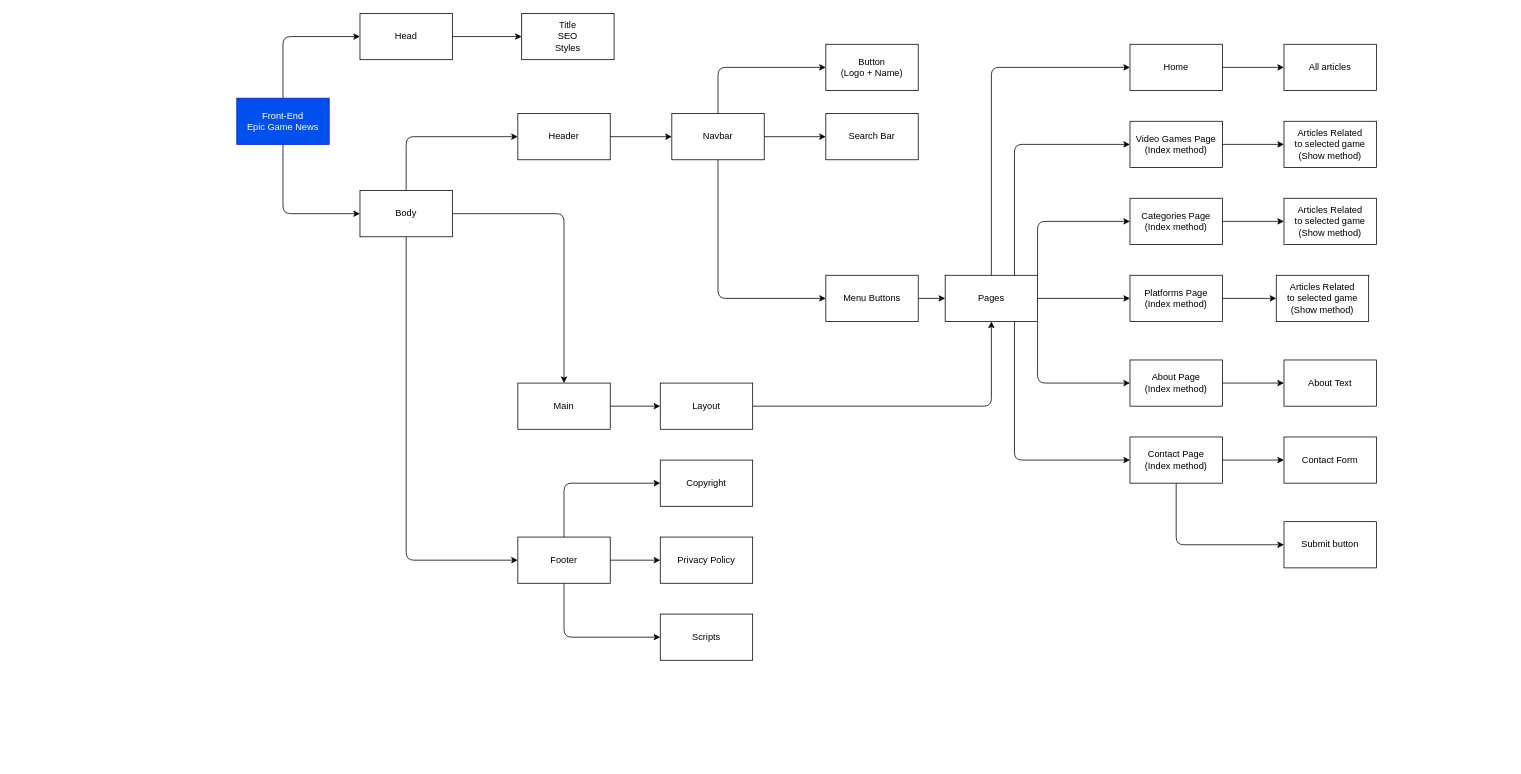
Before: epic-game-news.drawio in laurentiucozma12/epic-game-news-reactjs, a draw.io diagram. Source tidied: cells renumbered, new cells numbered last; positions are measured from the earlier drawing's top-left corner, leaving out a move shared by most shapes. Both pictures are drawn from the tidied source at 77%, with x=0, y=0 at pixel (236, 13).
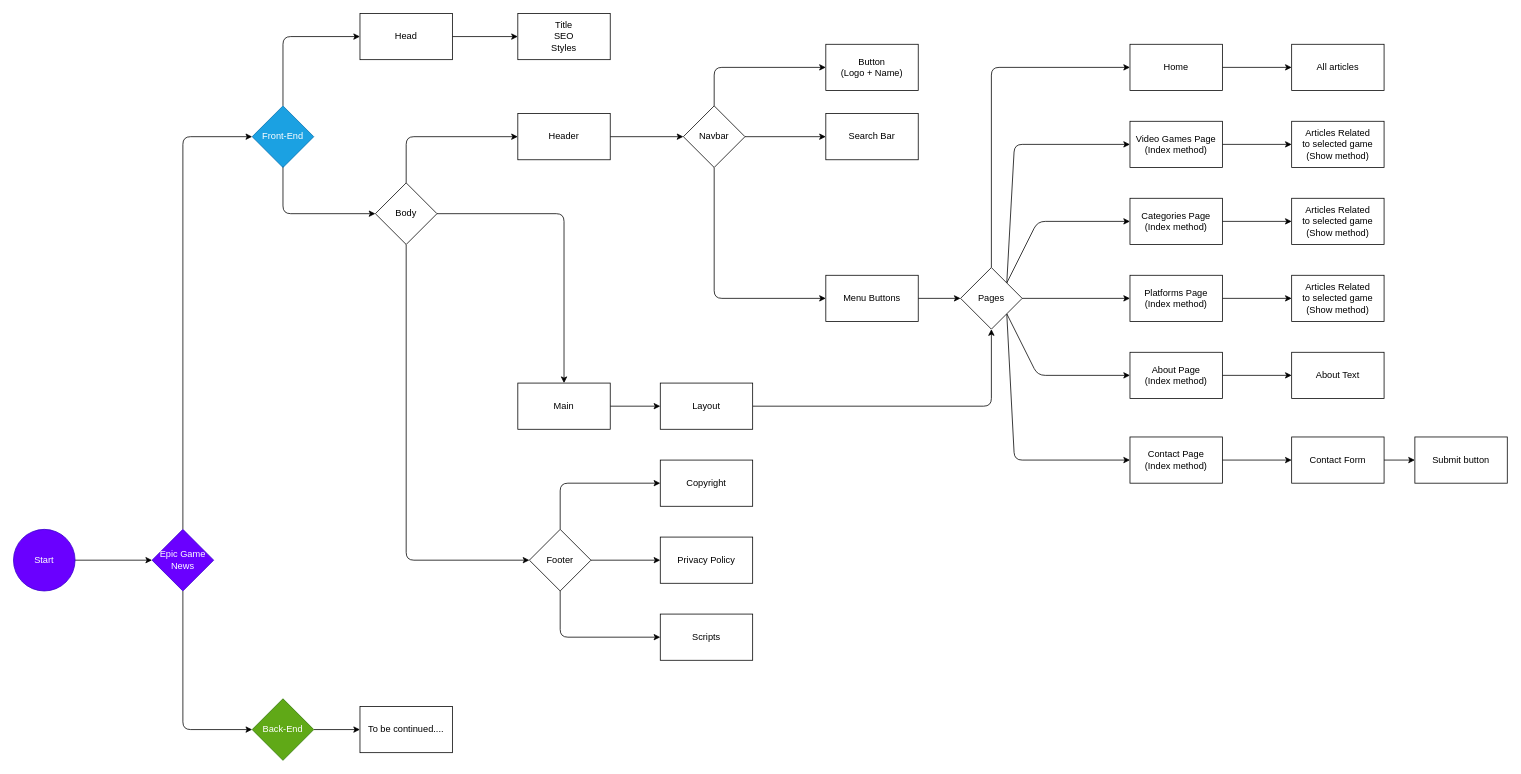
The same diagram, later.

The change refers to these unchanged cells:
```xml
<mxCell id="6" value="Head" style="whiteSpace=wrap;html=1;rounded=0;" parent="1" vertex="1">
  <mxGeometry x="160" width="120" height="60" as="geometry" />
</mxCell>
<mxCell id="24" value="Button&lt;br&gt;(Logo + Name)" style="whiteSpace=wrap;html=1;rounded=0;" parent="1" vertex="1">
  <mxGeometry x="765" y="40" width="120" height="60" as="geometry" />
</mxCell>
<mxCell id="33" value="Menu Buttons" style="whiteSpace=wrap;html=1;rounded=0;" parent="1" vertex="1">
  <mxGeometry x="765" y="340" width="120" height="60" as="geometry" />
</mxCell>
<mxCell id="35" value="Video Games Page&lt;br&gt;(Index method)" style="whiteSpace=wrap;html=1;rounded=0;" parent="1" vertex="1">
  <mxGeometry x="1160" y="140" width="120" height="60" as="geometry" />
</mxCell>
<mxCell id="37" value="Home" style="whiteSpace=wrap;html=1;rounded=0;" parent="1" vertex="1">
  <mxGeometry x="1160" y="40" width="120" height="60" as="geometry" />
</mxCell>
<mxCell id="46" value="Contact&amp;nbsp;Page&lt;br&gt;(Index method)" style="whiteSpace=wrap;html=1;rounded=0;" parent="1" vertex="1">
  <mxGeometry x="1160" y="550" width="120" height="60" as="geometry" />
</mxCell>
<mxCell id="52" value="Layout" style="whiteSpace=wrap;html=1;rounded=0;" parent="1" vertex="1">
  <mxGeometry x="550" y="480" width="120" height="60" as="geometry" />
</mxCell>
<mxCell id="53" value="Scripts" style="whiteSpace=wrap;html=1;rounded=0;" parent="1" vertex="1">
  <mxGeometry x="550" y="780" width="120" height="60" as="geometry" />
</mxCell>
<mxCell id="54" value="Copyright" style="whiteSpace=wrap;html=1;rounded=0;" parent="1" vertex="1">
  <mxGeometry x="550" y="580" width="120" height="60" as="geometry" />
</mxCell>
```

Change to the diagram source:
```diff
@@
-    <mxCell id="2" style="edgeStyle=none;html=1;" parent="1" edge="1" source="4" target="6">
+    <mxCell id="2" style="edgeStyle=none;html=1;exitX=0.5;exitY=0;exitDx=0;exitDy=0;" parent="1" edge="1" source="62">
       <mxGeometry relative="1" as="geometry">
+        <mxPoint x="160" y="30" as="targetPoint" />
         <Array as="points">
           <mxPoint x="60" y="30" />
         </Array>
       </mxGeometry>
     </mxCell>
-    <mxCell id="3" style="edgeStyle=none;html=1;" parent="1" edge="1" source="4" target="10">
+    <mxCell id="3" style="edgeStyle=none;html=1;" parent="1" edge="1" target="10">
       <mxGeometry relative="1" as="geometry">
+        <mxPoint x="60" y="160" as="sourcePoint" />
         <Array as="points">
           <mxPoint x="60" y="260" />
         </Array>
       </mxGeometry>
     </mxCell>
-    <mxCell id="4" value="Front-End&lt;br&gt;Epic Game News" style="rounded=0;whiteSpace=wrap;html=1;fillColor=#0050ef;fontColor=#ffffff;strokeColor=#001DBC;" parent="1" vertex="1">
-      <mxGeometry y="110" width="120" height="60" as="geometry" />
-    </mxCell>
+    <mxCell id="60" style="edgeStyle=none;html=1;exitX=0.5;exitY=1;exitDx=0;exitDy=0;entryX=0.5;entryY=1;entryDx=0;entryDy=0;" parent="1" edge="1" target="62">
+      <mxGeometry relative="1" as="geometry">
+        <mxPoint x="60" y="160" as="sourcePoint" />
+      </mxGeometry>
+    </mxCell>
@@
-    <mxCell id="10" value="Body" style="whiteSpace=wrap;html=1;rounded=0;" parent="1" vertex="1">
-      <mxGeometry x="160" y="230" width="120" height="60" as="geometry" />
+    <mxCell id="10" value="Body" style="rhombus;whiteSpace=wrap;html=1;fontFamily=Helvetica;fontSize=12;fontColor=default;align=center;strokeColor=default;fillColor=default;" parent="1" vertex="1">
+      <mxGeometry x="180" y="220" width="80" height="80" as="geometry" />
     </mxCell>
     <mxCell id="11" value="Title&lt;br&gt;SEO&lt;br&gt;Styles" style="whiteSpace=wrap;html=1;rounded=0;" parent="1" vertex="1">
-      <mxGeometry x="370" width="120" height="60" as="geometry" />
+      <mxGeometry x="365" width="120" height="60" as="geometry" />
     </mxCell>
@@
     <mxCell id="16" style="edgeStyle=none;html=1;" parent="1" edge="1" source="19" target="53">
       <mxGeometry relative="1" as="geometry">
         <Array as="points">
-          <mxPoint x="425" y="810" />
+          <mxPoint x="420" y="810" />
         </Array>
       </mxGeometry>
     </mxCell>
     <mxCell id="17" style="edgeStyle=none;html=1;" parent="1" edge="1" source="19" target="54">
       <mxGeometry relative="1" as="geometry">
         <Array as="points">
-          <mxPoint x="425" y="610" />
+          <mxPoint x="420" y="610" />
         </Array>
       </mxGeometry>
     </mxCell>
@@
-    <mxCell id="19" value="Footer" style="whiteSpace=wrap;html=1;rounded=0;" parent="1" vertex="1">
-      <mxGeometry x="365" y="680" width="120" height="60" as="geometry" />
+    <mxCell id="19" value="Footer" style="rhombus;whiteSpace=wrap;html=1;fontFamily=Helvetica;fontSize=12;fontColor=default;align=center;strokeColor=default;fillColor=default;" parent="1" vertex="1">
+      <mxGeometry x="380" y="670" width="80" height="80" as="geometry" />
     </mxCell>
     <mxCell id="20" style="edgeStyle=none;html=1;" parent="1" edge="1" source="23" target="24">
       <mxGeometry relative="1" as="geometry">
         <Array as="points">
-          <mxPoint x="625" y="70" />
+          <mxPoint x="620" y="70" />
         </Array>
       </mxGeometry>
     </mxCell>
@@
     <mxCell id="22" style="edgeStyle=none;html=1;entryX=0;entryY=0.5;entryDx=0;entryDy=0;" parent="1" edge="1" source="23" target="33">
       <mxGeometry relative="1" as="geometry">
         <Array as="points">
-          <mxPoint x="625" y="370" />
+          <mxPoint x="620" y="370" />
         </Array>
       </mxGeometry>
     </mxCell>
-    <mxCell id="23" value="Navbar" style="whiteSpace=wrap;html=1;rounded=0;" parent="1" vertex="1">
-      <mxGeometry x="565" y="130" width="120" height="60" as="geometry" />
+    <mxCell id="23" value="Navbar" style="rhombus;whiteSpace=wrap;html=1;fontFamily=Helvetica;fontSize=12;fontColor=default;align=center;strokeColor=default;fillColor=default;" parent="1" vertex="1">
+      <mxGeometry x="580" y="120" width="80" height="80" as="geometry" />
     </mxCell>
@@
-    <mxCell id="26" style="edgeStyle=none;html=1;entryX=0;entryY=0.5;entryDx=0;entryDy=0;exitX=0.75;exitY=0;exitDx=0;exitDy=0;" parent="1" edge="1" source="56" target="35">
+    <mxCell id="26" style="edgeStyle=none;html=1;entryX=0;entryY=0.5;entryDx=0;entryDy=0;exitX=1;exitY=0;exitDx=0;exitDy=0;" parent="1" edge="1" source="56" target="35">
       <mxGeometry relative="1" as="geometry">
         <Array as="points">
           <mxPoint x="1010" y="170" />
         </Array>
       </mxGeometry>
     </mxCell>
-    <mxCell id="27" style="edgeStyle=none;html=1;entryX=0;entryY=0.5;entryDx=0;entryDy=0;" parent="1" edge="1" source="56" target="37">
+    <mxCell id="27" style="edgeStyle=none;html=1;entryX=0;entryY=0.5;entryDx=0;entryDy=0;exitX=0.5;exitY=0;exitDx=0;exitDy=0;" parent="1" edge="1" source="56" target="37">
       <mxGeometry relative="1" as="geometry">
         <Array as="points">
           <mxPoint x="980" y="70" />
         </Array>
       </mxGeometry>
     </mxCell>
@@
     <mxCell id="30" style="edgeStyle=none;html=1;entryX=0;entryY=0.5;entryDx=0;entryDy=0;exitX=1;exitY=1;exitDx=0;exitDy=0;" parent="1" edge="1" source="56" target="43">
       <mxGeometry relative="1" as="geometry">
         <Array as="points">
-          <mxPoint x="1040" y="480" />
+          <mxPoint x="1040" y="470" />
         </Array>
       </mxGeometry>
     </mxCell>
-    <mxCell id="31" style="edgeStyle=none;html=1;entryX=0;entryY=0.5;entryDx=0;entryDy=0;exitX=0.75;exitY=1;exitDx=0;exitDy=0;" parent="1" edge="1" source="56" target="46">
+    <mxCell id="31" style="edgeStyle=none;html=1;entryX=0;entryY=0.5;entryDx=0;entryDy=0;exitX=1;exitY=1;exitDx=0;exitDy=0;" parent="1" edge="1" source="56" target="46">
       <mxGeometry relative="1" as="geometry">
         <Array as="points">
           <mxPoint x="1010" y="580" />
         </Array>
       </mxGeometry>
     </mxCell>
-    <mxCell id="32" style="edgeStyle=none;html=1;" parent="1" edge="1" source="33" target="56">
+    <mxCell id="32" style="edgeStyle=none;html=1;entryX=0;entryY=0.5;entryDx=0;entryDy=0;" parent="1" edge="1" source="33" target="56">
       <mxGeometry relative="1" as="geometry" />
     </mxCell>
@@
     <mxCell id="43" value="About&amp;nbsp;Page&lt;br&gt;(Index method)" style="whiteSpace=wrap;html=1;rounded=0;" parent="1" vertex="1">
-      <mxGeometry x="1160" y="450" width="120" height="60" as="geometry" />
+      <mxGeometry x="1160" y="440" width="120" height="60" as="geometry" />
     </mxCell>
@@
-    <mxCell id="45" style="edgeStyle=none;html=1;entryX=0;entryY=0.5;entryDx=0;entryDy=0;" parent="1" edge="1" source="46" target="48">
-      <mxGeometry relative="1" as="geometry">
-        <Array as="points">
-          <mxPoint x="1220" y="690" />
-        </Array>
-      </mxGeometry>
-    </mxCell>
@@
+    <mxCell id="61" style="edgeStyle=none;html=1;" parent="1" edge="1" source="47" target="48">
+      <mxGeometry relative="1" as="geometry" />
+    </mxCell>
     <mxCell id="47" value="Contact Form" style="whiteSpace=wrap;html=1;rounded=0;" parent="1" vertex="1">
-      <mxGeometry x="1360" y="550" width="120" height="60" as="geometry" />
+      <mxGeometry x="1370" y="550" width="120" height="60" as="geometry" />
     </mxCell>
     <mxCell id="48" value="Submit button" style="whiteSpace=wrap;html=1;rounded=0;" parent="1" vertex="1">
-      <mxGeometry x="1360" y="660" width="120" height="60" as="geometry" />
+      <mxGeometry x="1530" y="550" width="120" height="60" as="geometry" />
     </mxCell>
     <mxCell id="49" value="Articles Related&lt;br&gt;to selected game&lt;br&gt;(Show method)" style="whiteSpace=wrap;html=1;rounded=0;" parent="1" vertex="1">
-      <mxGeometry x="1360" y="140" width="120" height="60" as="geometry" />
+      <mxGeometry x="1370" y="140" width="120" height="60" as="geometry" />
     </mxCell>
     <mxCell id="50" value="All articles" style="whiteSpace=wrap;html=1;rounded=0;" parent="1" vertex="1">
-      <mxGeometry x="1360" y="40" width="120" height="60" as="geometry" />
+      <mxGeometry x="1370" y="40" width="120" height="60" as="geometry" />
     </mxCell>
-    <mxCell id="51" style="edgeStyle=none;html=1;" parent="1" edge="1" source="52" target="56">
+    <mxCell id="51" style="edgeStyle=none;html=1;entryX=0.5;entryY=1;entryDx=0;entryDy=0;" parent="1" edge="1" source="52" target="56">
       <mxGeometry relative="1" as="geometry">
         <Array as="points">
           <mxPoint x="980" y="510" />
         </Array>
       </mxGeometry>
     </mxCell>
@@
-    <mxCell id="56" value="Pages" style="whiteSpace=wrap;html=1;rounded=0;" parent="1" vertex="1">
-      <mxGeometry x="920" y="340" width="120" height="60" as="geometry" />
-    </mxCell>
     <mxCell id="57" value="Articles Related&lt;br&gt;to selected game&lt;br&gt;(Show method)" style="whiteSpace=wrap;html=1;rounded=0;" parent="1" vertex="1">
-      <mxGeometry x="1360" y="240" width="120" height="60" as="geometry" />
+      <mxGeometry x="1370" y="240" width="120" height="60" as="geometry" />
     </mxCell>
     <mxCell id="58" value="Articles Related&lt;br&gt;to selected game&lt;br&gt;(Show method)" style="whiteSpace=wrap;html=1;rounded=0;" parent="1" vertex="1">
-      <mxGeometry x="1350" y="340" width="120" height="60" as="geometry" />
+      <mxGeometry x="1370" y="340" width="120" height="60" as="geometry" />
     </mxCell>
     <mxCell id="59" value="About Text" style="whiteSpace=wrap;html=1;rounded=0;" parent="1" vertex="1">
-      <mxGeometry x="1360" y="450" width="120" height="60" as="geometry" />
+      <mxGeometry x="1370" y="440" width="120" height="60" as="geometry" />
     </mxCell>
+    <mxCell id="62" value="&lt;span style=&quot;color: rgb(255, 255, 255);&quot;&gt;Front-End&lt;/span&gt;" style="rhombus;whiteSpace=wrap;html=1;fontFamily=Helvetica;fontSize=12;fontColor=#ffffff;align=center;strokeColor=#006EAF;fillColor=#1ba1e2;" parent="1" vertex="1">
+      <mxGeometry x="20" y="120" width="80" height="80" as="geometry" />
+    </mxCell>
+    <mxCell id="63" style="edgeStyle=none;html=1;entryX=0;entryY=0.5;entryDx=0;entryDy=0;exitX=0.5;exitY=0;exitDx=0;exitDy=0;" parent="1" edge="1" source="65" target="62">
+      <mxGeometry relative="1" as="geometry">
+        <Array as="points">
+          <mxPoint x="-70" y="160" />
+        </Array>
+      </mxGeometry>
+    </mxCell>
+    <mxCell id="64" style="edgeStyle=none;html=1;entryX=0;entryY=0.5;entryDx=0;entryDy=0;exitX=0.5;exitY=1;exitDx=0;exitDy=0;" parent="1" edge="1" source="65" target="67">
+      <mxGeometry relative="1" as="geometry">
+        <Array as="points">
+          <mxPoint x="-70" y="930" />
+        </Array>
+      </mxGeometry>
+    </mxCell>
+    <mxCell id="65" value="Epic Game News" style="rhombus;whiteSpace=wrap;html=1;fontFamily=Helvetica;fontSize=12;fontColor=#ffffff;align=center;strokeColor=#3700CC;fillColor=#6a00ff;" parent="1" vertex="1">
+      <mxGeometry x="-110" y="670" width="80" height="80" as="geometry" />
+    </mxCell>
+    <mxCell id="66" style="edgeStyle=none;html=1;" parent="1" edge="1" source="67" target="68">
+      <mxGeometry relative="1" as="geometry" />
+    </mxCell>
+    <mxCell id="67" value="Back-End" style="rhombus;whiteSpace=wrap;html=1;fontFamily=Helvetica;fontSize=12;fontColor=#ffffff;align=center;strokeColor=#2D7600;fillColor=#60a917;" parent="1" vertex="1">
+      <mxGeometry x="20" y="890" width="80" height="80" as="geometry" />
+    </mxCell>
+    <mxCell id="56" value="Pages" style="rhombus;whiteSpace=wrap;html=1;fontFamily=Helvetica;fontSize=12;fontColor=default;align=center;strokeColor=default;fillColor=default;" parent="1" vertex="1">
+      <mxGeometry x="940" y="330" width="80" height="80" as="geometry" />
+    </mxCell>
+    <mxCell id="68" value="To be continued...." style="rounded=0;whiteSpace=wrap;html=1;shadow=0;glass=0;sketch=0;" parent="1" vertex="1">
+      <mxGeometry x="160" y="900" width="120" height="60" as="geometry" />
+    </mxCell>
+    <mxCell id="69" style="edgeStyle=none;html=1;entryX=0;entryY=0.5;entryDx=0;entryDy=0;" parent="1" edge="1" source="70" target="65">
+      <mxGeometry relative="1" as="geometry" />
+    </mxCell>
+    <mxCell id="70" value="Start" style="ellipse;whiteSpace=wrap;html=1;rounded=0;shadow=0;glass=0;sketch=0;fillColor=#6a00ff;fontColor=#ffffff;strokeColor=#3700CC;" parent="1" vertex="1">
+      <mxGeometry x="-290" y="670" width="80" height="80" as="geometry" />
+    </mxCell>
```
